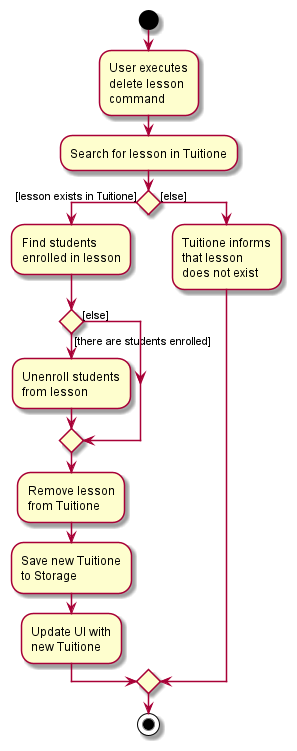
Before: docs/images/DeveloperGuideImage/DeleteLessonActivityDiagram.png, a diagram exported from PlantUML (nus-cs2103-AY2122S1/tp). Source of this version:
```plantuml
@startuml
start
:User executes
delete lesson
command;


:Search for lesson in Tuitione;

if () then ([lesson exists in Tuitione])

    :Find students
    enrolled in lesson;

    if () then ([there are students enrolled])
        :Unenroll students
        from lesson;

    else ([else])

    endif

    :Remove lesson
    from Tuitione;

    :Save new Tuitione
    to Storage;

    :Update UI with
    new Tuitione;

else ([else])

    :Tuitione informs
    that lesson
    does not exist;

endif

stop
@enduml
```
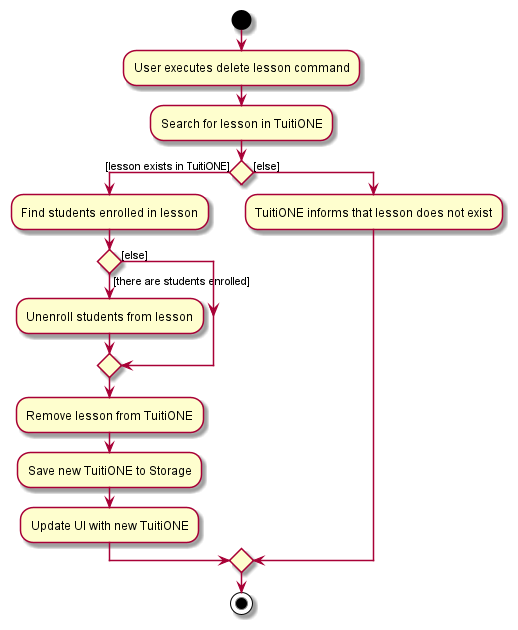
After the commit.

What changed in the source:
```diff
@@ -1,39 +1,30 @@
 @startuml
 start
-:User executes
-delete lesson
-command;
+:User executes delete lesson command;
 
 
-:Search for lesson in Tuitione;
+:Search for lesson in TuitiONE;
 
-if () then ([lesson exists in Tuitione])
+if () then ([lesson exists in TuitiONE])
 
-    :Find students
-    enrolled in lesson;
+    :Find students enrolled in lesson;
 
     if () then ([there are students enrolled])
-        :Unenroll students
-        from lesson;
+        :Unenroll students from lesson;
 
     else ([else])
 
     endif
 
-    :Remove lesson
-    from Tuitione;
+    :Remove lesson from TuitiONE;
 
-    :Save new Tuitione
-    to Storage;
+    :Save new TuitiONE to Storage;
 
-    :Update UI with
-    new Tuitione;
+    :Update UI with new TuitiONE;
 
 else ([else])
 
-    :Tuitione informs
-    that lesson
-    does not exist;
+    :TuitiONE informs that lesson does not exist;
 
 endif
 
```
